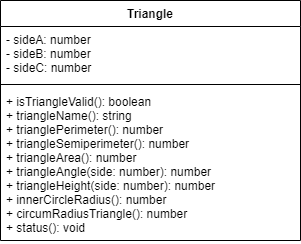
This is Drawio/ClassDiagram.png from JacksonNaufal/ics4u-assignment-3-typescript, a draw.io export, as it was before one commit. Source tidied: cells renumbered, new cells last; positions are measured from the earlier drawing's top-left corner, leaving out a move shared by most shapes.
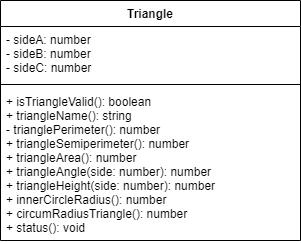
Later version of the same file.

Change to the diagram source:
```diff
@@ -11,7 +11,7 @@
     <mxCell id="4" style="line;strokeWidth=1;fillColor=none;align=left;verticalAlign=middle;spacingTop=-1;spacingLeft=3;spacingRight=3;labelPosition=right;" parent="2" vertex="1">
       <mxGeometry y="80" width="300" height="8" as="geometry" />
     </mxCell>
-    <mxCell id="5" value="+ isTriangleValid(): boolean&#10;+ triangleName(): string&#10;+ trianglePerimeter(): number&#10;+ triangleSemiperimeter(): number&#10;+ triangleArea(): number&#10;+ triangleAngle(side: number): number&#10;+ triangleHeight(side: number): number&#10;+ innerCircleRadius(): number&#10;+ circumRadiusTriangle(): number&#10;+ status(): void" style="text;strokeColor=none;fillColor=none;align=left;verticalAlign=top;spacingLeft=4;spacingRight=4;overflow=hidden;" parent="2" vertex="1">
+    <mxCell id="5" value="+ isTriangleValid(): boolean&#10;+ triangleName(): string&#10;- trianglePerimeter(): number&#10;+ triangleSemiperimeter(): number&#10;+ triangleArea(): number&#10;+ triangleAngle(side: number): number&#10;+ triangleHeight(side: number): number&#10;+ innerCircleRadius(): number&#10;+ circumRadiusTriangle(): number&#10;+ status(): void" style="text;strokeColor=none;fillColor=none;align=left;verticalAlign=top;spacingLeft=4;spacingRight=4;overflow=hidden;" parent="2" vertex="1">
       <mxGeometry y="88" width="300" height="152" as="geometry" />
     </mxCell>
   </root>
```
